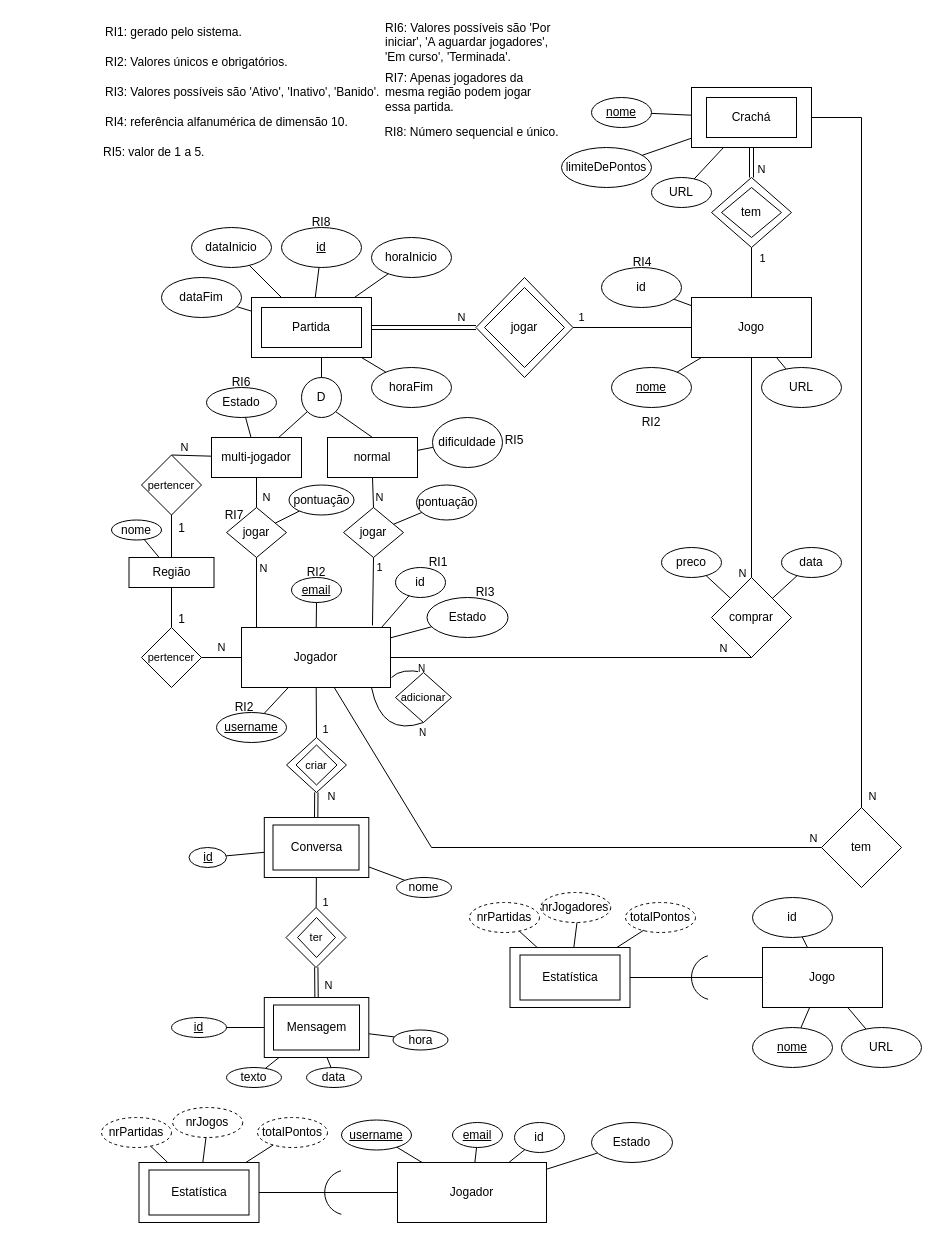
Before: docs/Fase1.drawio in DiogoFAS/LEIC-42D-SI, a draw.io diagram. Source tidied: cells renumbered, new cells numbered last; positions are measured from the earlier drawing's top-left corner, leaving out a move shared by most shapes. Both pictures are drawn from the tidied source at 100%, with x=0, y=0 at pixel (101, 17).
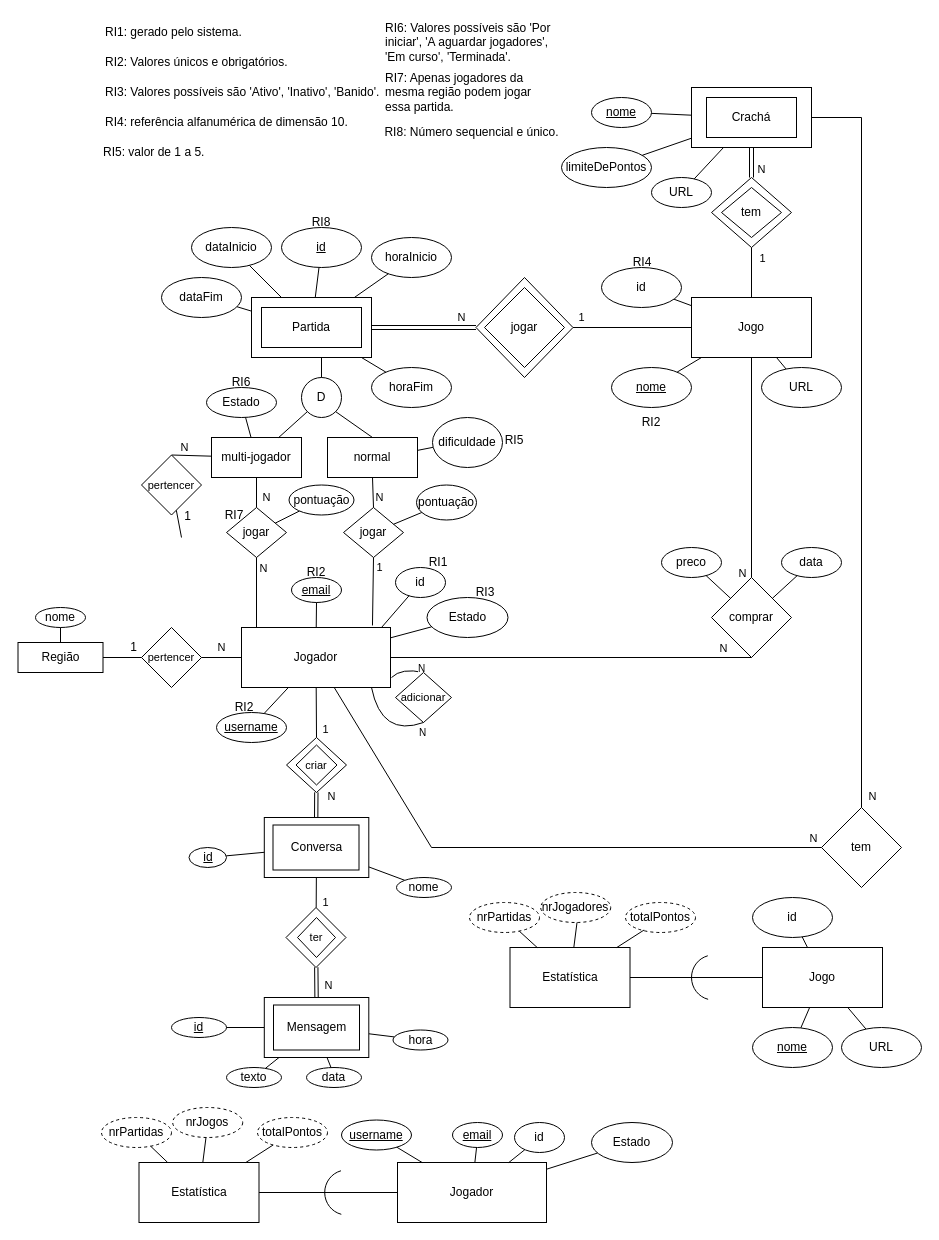
After the change.

Unchanged cells that the change refers to:
```xml
<mxCell id="48" value="pertencer" style="rhombus;whiteSpace=wrap;html=1;fontSize=11;" parent="1" vertex="1">
  <mxGeometry x="40" y="610" width="60" height="60" as="geometry" />
</mxCell>
<mxCell id="111" value="pertencer" style="rhombus;whiteSpace=wrap;html=1;fontSize=11;" parent="1" vertex="1">
  <mxGeometry x="40" y="437.5" width="60" height="60" as="geometry" />
</mxCell>
```

Change to the diagram source:
```diff
@@
     <mxCell id="17" value="Região" style="rounded=0;whiteSpace=wrap;html=1;" parent="1" vertex="1">
-      <mxGeometry x="27.5" y="540" width="85" height="30" as="geometry" />
+      <mxGeometry x="-83.5" y="625" width="85" height="30" as="geometry" />
     </mxCell>
     <mxCell id="18" value="nome" style="ellipse;whiteSpace=wrap;html=1;" parent="1" vertex="1">
-      <mxGeometry x="10" y="502.5" width="50" height="20" as="geometry" />
+      <mxGeometry x="-66" y="590" width="50" height="20" as="geometry" />
     </mxCell>
@@
-    <mxCell id="50" value="1" style="endArrow=none;html=1;rounded=0;exitX=0.5;exitY=1;exitDx=0;exitDy=0;fontSize=12;" parent="1" edge="1" source="17" target="48">
+    <mxCell id="50" value="1" style="endArrow=none;html=1;rounded=0;exitX=1;exitY=0.5;exitDx=0;exitDy=0;fontSize=12;" parent="1" edge="1" source="17" target="48">
       <mxGeometry x="0.58" y="10" relative="1" as="geometry" />
     </mxCell>
@@
-    <mxCell id="110" value="1" style="endArrow=none;html=1;rounded=0;fontSize=12;" parent="1" edge="1" source="111" target="17">
-      <mxGeometry x="-0.41" y="10" relative="1" as="geometry" />
+    <mxCell id="110" value="1" style="endArrow=none;html=1;rounded=0;fontSize=12;" parent="1" edge="1" source="111">
+      <mxGeometry x="-0.41" y="10" relative="1" as="geometry">
+        <mxPoint x="80" y="520" as="targetPoint" />
+      </mxGeometry>
     </mxCell>
@@
-    <mxCell id="137" style="rounded=0;whiteSpace=wrap;html=1;fillColor=none;" parent="1" vertex="1">
-      <mxGeometry x="47.5" y="1152.5" width="100" height="45" as="geometry" />
-    </mxCell>
@@
-    <mxCell id="152" style="rounded=0;whiteSpace=wrap;html=1;fillColor=none;" parent="1" vertex="1">
-      <mxGeometry x="418.5" y="937.5" width="100" height="45" as="geometry" />
-    </mxCell>
```
